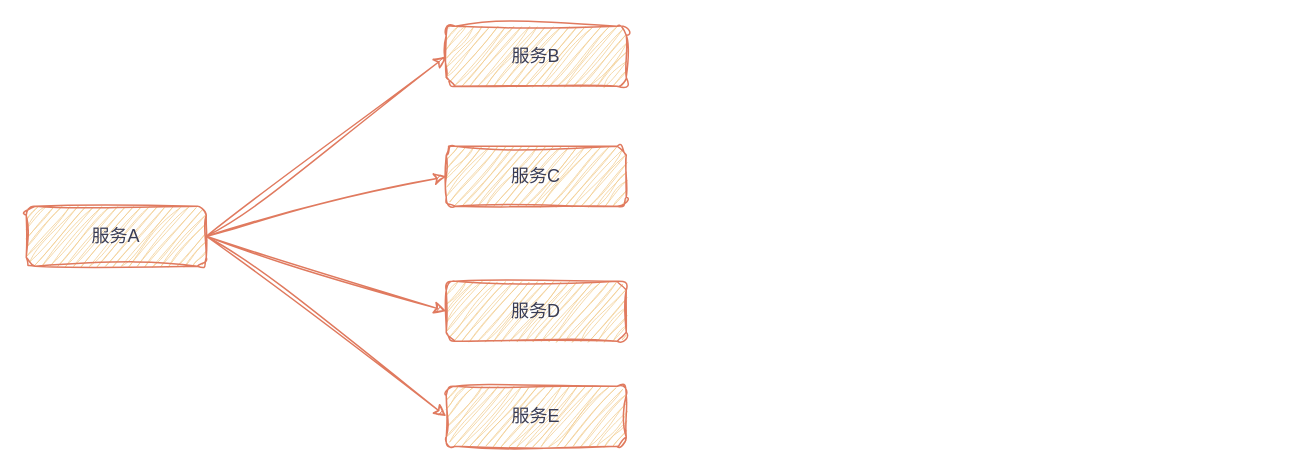
LanSeTianYe/draw keeps this draw.io diagram as architecture/微服务.drawio. Above is the earlier version. Source tidied: cells renumbered, new cells numbered last; positions are measured from the earlier drawing's top-left corner, leaving out a move shared by most shapes. Both pictures are drawn from the tidied source at 150%, with x=0, y=0 at pixel (26, 26).
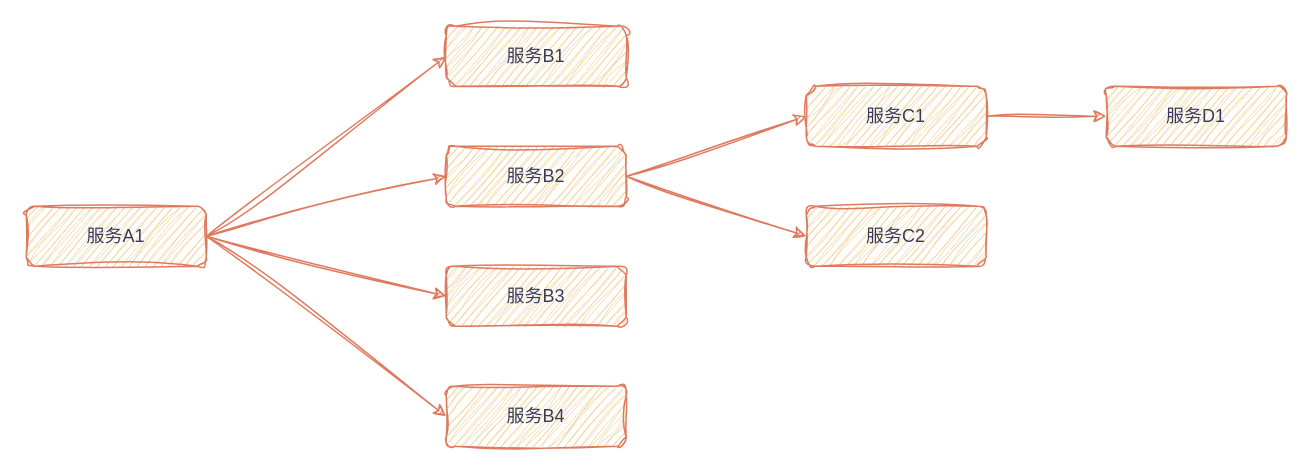
Above is the later version.

Commit message (it also covers changes not shown here):
更新微服务.drawio

What changed in the source:
```diff
@@
 <mxGraphModel>
   <root>
     <mxCell id="0" />
     <mxCell id="1" parent="0" />
-    <mxCell id="2" value="服务B" style="rounded=1;whiteSpace=wrap;html=1;sketch=1;curveFitting=1;jiggle=2;labelBackgroundColor=none;fillColor=#F2CC8F;strokeColor=#E07A5F;fontColor=#393C56;" parent="1" vertex="1">
+    <mxCell id="2" value="服务B1" style="rounded=1;whiteSpace=wrap;html=1;sketch=1;curveFitting=1;jiggle=2;labelBackgroundColor=none;fillColor=#F2CC8F;strokeColor=#E07A5F;fontColor=#393C56;" parent="1" vertex="1">
       <mxGeometry x="280" width="120" height="40" as="geometry" />
     </mxCell>
+    <mxCell id="11" style="edgeStyle=none;rounded=0;sketch=1;hachureGap=4;jiggle=2;curveFitting=1;jettySize=auto;html=1;exitX=1;exitY=0.5;exitDx=0;exitDy=0;entryX=0;entryY=0.5;entryDx=0;entryDy=0;strokeColor=#E07A5F;fontFamily=Architects Daughter;fontColor=#393C56;fillColor=#F2CC8F;" parent="1" edge="1" source="3" target="14">
+      <mxGeometry relative="1" as="geometry" />
+    </mxCell>
+    <mxCell id="12" style="edgeStyle=none;rounded=0;sketch=1;hachureGap=4;jiggle=2;curveFitting=1;jettySize=auto;html=1;exitX=1;exitY=0.5;exitDx=0;exitDy=0;entryX=0;entryY=0.5;entryDx=0;entryDy=0;strokeColor=#E07A5F;fontFamily=Architects Daughter;fontColor=#393C56;fillColor=#F2CC8F;" parent="1" edge="1" source="3" target="15">
+      <mxGeometry relative="1" as="geometry" />
+    </mxCell>
-    <mxCell id="3" value="服务C" style="rounded=1;whiteSpace=wrap;html=1;sketch=1;curveFitting=1;jiggle=2;labelBackgroundColor=none;fillColor=#F2CC8F;strokeColor=#E07A5F;fontColor=#393C56;" parent="1" vertex="1">
+    <mxCell id="3" value="服务B2" style="rounded=1;whiteSpace=wrap;html=1;sketch=1;curveFitting=1;jiggle=2;labelBackgroundColor=none;fillColor=#F2CC8F;strokeColor=#E07A5F;fontColor=#393C56;" parent="1" vertex="1">
       <mxGeometry x="280" y="80" width="120" height="40" as="geometry" />
     </mxCell>
-    <mxCell id="4" value="服务D" style="rounded=1;whiteSpace=wrap;html=1;sketch=1;curveFitting=1;jiggle=2;labelBackgroundColor=none;fillColor=#F2CC8F;strokeColor=#E07A5F;fontColor=#393C56;" parent="1" vertex="1">
-      <mxGeometry x="280" y="170" width="120" height="40" as="geometry" />
+    <mxCell id="4" value="服务B3" style="rounded=1;whiteSpace=wrap;html=1;sketch=1;curveFitting=1;jiggle=2;labelBackgroundColor=none;fillColor=#F2CC8F;strokeColor=#E07A5F;fontColor=#393C56;" parent="1" vertex="1">
+      <mxGeometry x="280" y="160" width="120" height="40" as="geometry" />
     </mxCell>
-    <mxCell id="5" value="服务E" style="rounded=1;whiteSpace=wrap;html=1;sketch=1;curveFitting=1;jiggle=2;labelBackgroundColor=none;fillColor=#F2CC8F;strokeColor=#E07A5F;fontColor=#393C56;" parent="1" vertex="1">
+    <mxCell id="5" value="服务B4" style="rounded=1;whiteSpace=wrap;html=1;sketch=1;curveFitting=1;jiggle=2;labelBackgroundColor=none;fillColor=#F2CC8F;strokeColor=#E07A5F;fontColor=#393C56;" parent="1" vertex="1">
       <mxGeometry x="280" y="240" width="120" height="40" as="geometry" />
     </mxCell>
     <mxCell id="6" style="edgeStyle=none;rounded=0;sketch=1;hachureGap=4;jiggle=2;curveFitting=1;jettySize=auto;html=1;exitX=1;exitY=0.5;exitDx=0;exitDy=0;entryX=0;entryY=0.5;entryDx=0;entryDy=0;strokeColor=#E07A5F;fontFamily=Architects Daughter;fontColor=#393C56;fillColor=#F2CC8F;" parent="1" edge="1" source="10" target="2">
       <mxGeometry relative="1" as="geometry" />
     </mxCell>
     <mxCell id="7" style="edgeStyle=none;rounded=0;sketch=1;hachureGap=4;jiggle=2;curveFitting=1;jettySize=auto;html=1;exitX=1;exitY=0.5;exitDx=0;exitDy=0;entryX=0;entryY=0.5;entryDx=0;entryDy=0;strokeColor=#E07A5F;fontFamily=Architects Daughter;fontColor=#393C56;fillColor=#F2CC8F;" parent="1" edge="1" source="10" target="3">
       <mxGeometry relative="1" as="geometry" />
     </mxCell>
     <mxCell id="8" style="edgeStyle=none;rounded=0;sketch=1;hachureGap=4;jiggle=2;curveFitting=1;jettySize=auto;html=1;exitX=1;exitY=0.5;exitDx=0;exitDy=0;entryX=0;entryY=0.5;entryDx=0;entryDy=0;strokeColor=#E07A5F;fontFamily=Architects Daughter;fontColor=#393C56;fillColor=#F2CC8F;" parent="1" edge="1" source="10" target="4">
       <mxGeometry relative="1" as="geometry" />
     </mxCell>
     <mxCell id="9" style="edgeStyle=none;rounded=0;sketch=1;hachureGap=4;jiggle=2;curveFitting=1;jettySize=auto;html=1;exitX=1;exitY=0.5;exitDx=0;exitDy=0;entryX=0;entryY=0.5;entryDx=0;entryDy=0;strokeColor=#E07A5F;fontFamily=Architects Daughter;fontColor=#393C56;fillColor=#F2CC8F;" parent="1" edge="1" source="10" target="5">
       <mxGeometry relative="1" as="geometry" />
     </mxCell>
-    <mxCell id="10" value="服务A" style="rounded=1;whiteSpace=wrap;html=1;sketch=1;curveFitting=1;jiggle=2;labelBackgroundColor=none;fillColor=#F2CC8F;strokeColor=#E07A5F;fontColor=#393C56;" parent="1" vertex="1">
+    <mxCell id="10" value="服务A1" style="rounded=1;whiteSpace=wrap;html=1;sketch=1;curveFitting=1;jiggle=2;labelBackgroundColor=none;fillColor=#F2CC8F;strokeColor=#E07A5F;fontColor=#393C56;" parent="1" vertex="1">
       <mxGeometry y="120" width="120" height="40" as="geometry" />
     </mxCell>
+    <mxCell id="13" style="edgeStyle=none;rounded=0;sketch=1;hachureGap=4;jiggle=2;curveFitting=1;jettySize=auto;html=1;exitX=1;exitY=0.5;exitDx=0;exitDy=0;entryX=0;entryY=0.5;entryDx=0;entryDy=0;strokeColor=#E07A5F;fontFamily=Architects Daughter;fontColor=#393C56;fillColor=#F2CC8F;" parent="1" edge="1" source="14" target="16">
+      <mxGeometry relative="1" as="geometry" />
+    </mxCell>
+    <mxCell id="14" value="服务C1" style="rounded=1;whiteSpace=wrap;html=1;sketch=1;curveFitting=1;jiggle=2;labelBackgroundColor=none;fillColor=#F2CC8F;strokeColor=#E07A5F;fontColor=#393C56;" parent="1" vertex="1">
+      <mxGeometry x="520" y="40" width="120" height="40" as="geometry" />
+    </mxCell>
+    <mxCell id="15" value="服务C2" style="rounded=1;whiteSpace=wrap;html=1;sketch=1;curveFitting=1;jiggle=2;labelBackgroundColor=none;fillColor=#F2CC8F;strokeColor=#E07A5F;fontColor=#393C56;" parent="1" vertex="1">
+      <mxGeometry x="520" y="120" width="120" height="40" as="geometry" />
+    </mxCell>
+    <mxCell id="16" value="服务D1" style="rounded=1;whiteSpace=wrap;html=1;sketch=1;curveFitting=1;jiggle=2;labelBackgroundColor=none;fillColor=#F2CC8F;strokeColor=#E07A5F;fontColor=#393C56;" parent="1" vertex="1">
+      <mxGeometry x="720" y="40" width="120" height="40" as="geometry" />
+    </mxCell>
   </root>
 </mxGraphModel>
```
